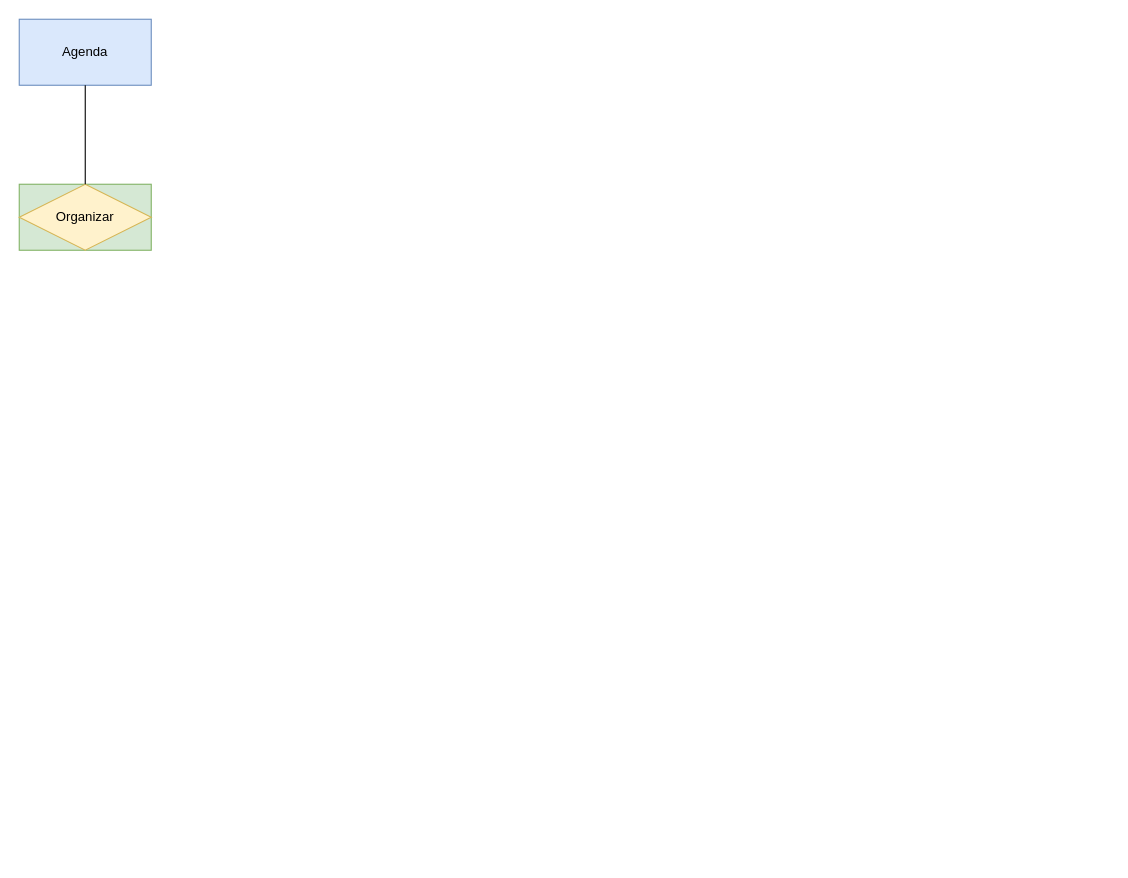
Before: MER Atualizado.drawio in Lucas544kk/Trabalhos, a draw.io diagram. Source tidied: cells renumbered, new cells numbered last; positions are measured from the earlier drawing's top-left corner, leaving out a move shared by most shapes. Both pictures are drawn from the tidied source at 110%, with x=0, y=0 at pixel (19, 19).
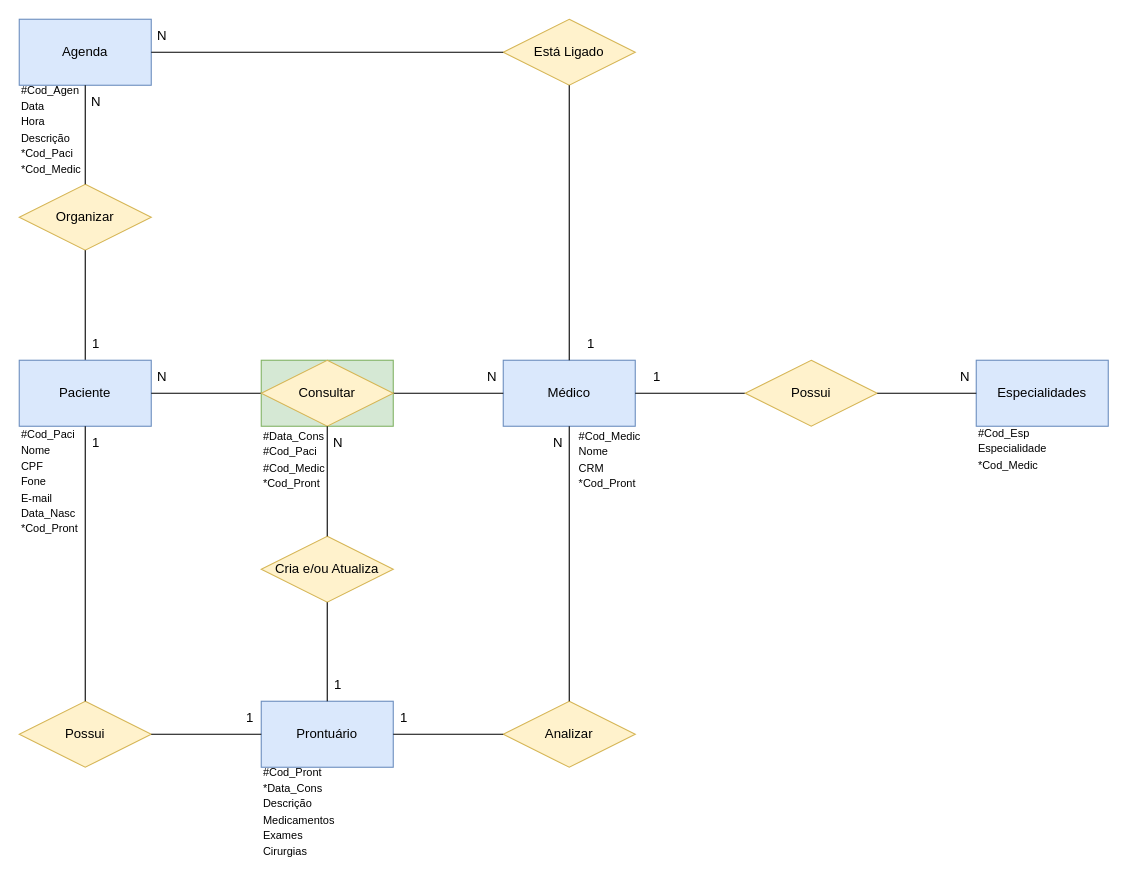
The same diagram, later.

Unchanged cells that the change refers to:
```xml
<mxCell id="3" value="Agenda" style="rounded=0;whiteSpace=wrap;html=1;fillColor=#dae8fc;strokeColor=#6c8ebf;" parent="1" vertex="1">
  <mxGeometry width="120" height="60" as="geometry" />
</mxCell>
<mxCell id="4" value="Organizar" style="rhombus;whiteSpace=wrap;html=1;fillColor=#fff2cc;strokeColor=#d6b656;" parent="1" vertex="1">
  <mxGeometry y="150" width="120" height="60" as="geometry" />
</mxCell>
```

What changed in the source:
```diff
@@
     <mxCell id="2" style="rounded=0;whiteSpace=wrap;html=1;fillColor=#d5e8d4;strokeColor=#82b366;" parent="1" vertex="1">
-      <mxGeometry y="150" width="120" height="60" as="geometry" />
+      <mxGeometry x="220" y="310" width="120" height="60" as="geometry" />
     </mxCell>
@@
+    <mxCell id="6" value="1" style="text;html=1;strokeColor=none;fillColor=none;align=center;verticalAlign=middle;whiteSpace=wrap;rounded=0;" parent="1" vertex="1">
+      <mxGeometry x="40" y="280" width="60" height="30" as="geometry" />
+    </mxCell>
+    <mxCell id="7" value="N" style="text;html=1;strokeColor=none;fillColor=none;align=center;verticalAlign=middle;whiteSpace=wrap;rounded=0;" parent="1" vertex="1">
+      <mxGeometry x="40" y="60" width="60" height="30" as="geometry" />
+    </mxCell>
+    <mxCell id="8" style="endArrow=none;html=1;rounded=0;entryX=0.5;entryY=1;entryDx=0;entryDy=0;exitX=0.5;exitY=0;exitDx=0;exitDy=0;" parent="1" edge="1" source="9" target="4">
+      <mxGeometry relative="1" as="geometry" />
+    </mxCell>
+    <mxCell id="9" value="Paciente" style="rounded=0;whiteSpace=wrap;html=1;fillColor=#dae8fc;strokeColor=#6c8ebf;" parent="1" vertex="1">
+      <mxGeometry y="310" width="120" height="60" as="geometry" />
+    </mxCell>
+    <mxCell id="10" value="Médico" style="rounded=0;whiteSpace=wrap;html=1;fillColor=#dae8fc;strokeColor=#6c8ebf;" parent="1" vertex="1">
+      <mxGeometry x="440" y="310" width="120" height="60" as="geometry" />
+    </mxCell>
+    <mxCell id="11" value="Está Ligado" style="rhombus;whiteSpace=wrap;html=1;fillColor=#fff2cc;strokeColor=#d6b656;" parent="1" vertex="1">
+      <mxGeometry x="440" width="120" height="60" as="geometry" />
+    </mxCell>
+    <mxCell id="12" style="endArrow=none;html=1;rounded=0;entryX=0;entryY=0.5;entryDx=0;entryDy=0;exitX=1;exitY=0.5;exitDx=0;exitDy=0;" parent="1" edge="1" source="3" target="11">
+      <mxGeometry relative="1" as="geometry" />
+    </mxCell>
+    <mxCell id="13" style="endArrow=none;html=1;rounded=0;entryX=0.5;entryY=1;entryDx=0;entryDy=0;exitX=0.5;exitY=0;exitDx=0;exitDy=0;" parent="1" edge="1" source="10" target="11">
+      <mxGeometry relative="1" as="geometry" />
+    </mxCell>
+    <mxCell id="14" style="endArrow=none;html=1;rounded=0;entryX=0;entryY=0.5;entryDx=0;entryDy=0;exitX=1;exitY=0.5;exitDx=0;exitDy=0;" parent="1" edge="1" source="2" target="10">
+      <mxGeometry relative="1" as="geometry" />
+    </mxCell>
+    <mxCell id="15" style="endArrow=none;html=1;rounded=0;entryX=0;entryY=0.5;entryDx=0;entryDy=0;exitX=1;exitY=0.5;exitDx=0;exitDy=0;" parent="1" edge="1" source="9" target="2">
+      <mxGeometry relative="1" as="geometry" />
+    </mxCell>
+    <mxCell id="16" value="Consultar" style="rhombus;whiteSpace=wrap;html=1;fillColor=#fff2cc;strokeColor=#d6b656;" parent="1" vertex="1">
+      <mxGeometry x="220" y="310" width="120" height="60" as="geometry" />
+    </mxCell>
+    <mxCell id="17" value="Cria e/ou Atualiza" style="rhombus;whiteSpace=wrap;html=1;fillColor=#fff2cc;strokeColor=#d6b656;" parent="1" vertex="1">
+      <mxGeometry x="220" y="470" width="120" height="60" as="geometry" />
+    </mxCell>
+    <mxCell id="18" value="Possui" style="rhombus;whiteSpace=wrap;html=1;fillColor=#fff2cc;strokeColor=#d6b656;" parent="1" vertex="1">
+      <mxGeometry y="620" width="120" height="60" as="geometry" />
+    </mxCell>
+    <mxCell id="19" value="Prontuário" style="rounded=0;whiteSpace=wrap;html=1;fillColor=#dae8fc;strokeColor=#6c8ebf;" parent="1" vertex="1">
+      <mxGeometry x="220" y="620" width="120" height="60" as="geometry" />
+    </mxCell>
+    <mxCell id="20" value="Analizar" style="rhombus;whiteSpace=wrap;html=1;fillColor=#fff2cc;strokeColor=#d6b656;" parent="1" vertex="1">
+      <mxGeometry x="440" y="620" width="120" height="60" as="geometry" />
+    </mxCell>
+    <mxCell id="21" style="endArrow=none;html=1;rounded=0;entryX=0.5;entryY=0;entryDx=0;entryDy=0;exitX=0.5;exitY=1;exitDx=0;exitDy=0;" parent="1" edge="1" source="2" target="17">
+      <mxGeometry relative="1" as="geometry" />
+    </mxCell>
+    <mxCell id="22" style="endArrow=none;html=1;rounded=0;entryX=0.5;entryY=0;entryDx=0;entryDy=0;exitX=0.5;exitY=1;exitDx=0;exitDy=0;" parent="1" edge="1" source="17" target="19">
+      <mxGeometry relative="1" as="geometry" />
+    </mxCell>
+    <mxCell id="23" style="endArrow=none;html=1;rounded=0;entryX=0.5;entryY=0;entryDx=0;entryDy=0;exitX=0.5;exitY=1;exitDx=0;exitDy=0;" parent="1" edge="1" source="10" target="20">
+      <mxGeometry relative="1" as="geometry" />
+    </mxCell>
+    <mxCell id="24" style="endArrow=none;html=1;rounded=0;entryX=0.5;entryY=0;entryDx=0;entryDy=0;exitX=0.5;exitY=1;exitDx=0;exitDy=0;" parent="1" edge="1" source="9" target="18">
+      <mxGeometry relative="1" as="geometry" />
+    </mxCell>
+    <mxCell id="25" style="endArrow=none;html=1;rounded=0;entryX=1;entryY=0.5;entryDx=0;entryDy=0;exitX=0;exitY=0.5;exitDx=0;exitDy=0;" parent="1" edge="1" source="19" target="18">
+      <mxGeometry relative="1" as="geometry" />
+    </mxCell>
+    <mxCell id="26" style="endArrow=none;html=1;rounded=0;entryX=1;entryY=0.5;entryDx=0;entryDy=0;exitX=0;exitY=0.5;exitDx=0;exitDy=0;" parent="1" edge="1" source="20" target="19">
+      <mxGeometry relative="1" as="geometry" />
+    </mxCell>
+    <mxCell id="27" value="N" style="text;html=1;strokeColor=none;fillColor=none;align=center;verticalAlign=middle;whiteSpace=wrap;rounded=0;" parent="1" vertex="1">
+      <mxGeometry x="400" y="310" width="60" height="30" as="geometry" />
+    </mxCell>
+    <mxCell id="28" value="N" style="text;html=1;strokeColor=none;fillColor=none;align=center;verticalAlign=middle;whiteSpace=wrap;rounded=0;" parent="1" vertex="1">
+      <mxGeometry x="100" y="310" width="60" height="30" as="geometry" />
+    </mxCell>
+    <mxCell id="29" value="N" style="text;html=1;strokeColor=none;fillColor=none;align=center;verticalAlign=middle;whiteSpace=wrap;rounded=0;" parent="1" vertex="1">
+      <mxGeometry x="100" width="60" height="30" as="geometry" />
+    </mxCell>
+    <mxCell id="30" value="1" style="text;html=1;strokeColor=none;fillColor=none;align=center;verticalAlign=middle;whiteSpace=wrap;rounded=0;" parent="1" vertex="1">
+      <mxGeometry x="490" y="280" width="60" height="30" as="geometry" />
+    </mxCell>
+    <mxCell id="31" value="1" style="text;html=1;strokeColor=none;fillColor=none;align=center;verticalAlign=middle;whiteSpace=wrap;rounded=0;" parent="1" vertex="1">
+      <mxGeometry x="40" y="370" width="60" height="30" as="geometry" />
+    </mxCell>
+    <mxCell id="32" value="1" style="text;html=1;strokeColor=none;fillColor=none;align=center;verticalAlign=middle;whiteSpace=wrap;rounded=0;" parent="1" vertex="1">
+      <mxGeometry x="180" y="620" width="60" height="30" as="geometry" />
+    </mxCell>
+    <mxCell id="33" value="1" style="text;html=1;strokeColor=none;fillColor=none;align=center;verticalAlign=middle;whiteSpace=wrap;rounded=0;" parent="1" vertex="1">
+      <mxGeometry x="260" y="590" width="60" height="30" as="geometry" />
+    </mxCell>
+    <mxCell id="34" value="N" style="text;html=1;strokeColor=none;fillColor=none;align=center;verticalAlign=middle;whiteSpace=wrap;rounded=0;" parent="1" vertex="1">
+      <mxGeometry x="260" y="370" width="60" height="30" as="geometry" />
+    </mxCell>
+    <mxCell id="35" value="1" style="text;html=1;strokeColor=none;fillColor=none;align=center;verticalAlign=middle;whiteSpace=wrap;rounded=0;" parent="1" vertex="1">
+      <mxGeometry x="320" y="620" width="60" height="30" as="geometry" />
+    </mxCell>
+    <mxCell id="36" value="N" style="text;html=1;strokeColor=none;fillColor=none;align=center;verticalAlign=middle;whiteSpace=wrap;rounded=0;" parent="1" vertex="1">
+      <mxGeometry x="460" y="370" width="60" height="30" as="geometry" />
+    </mxCell>
+    <mxCell id="37" value="&lt;font style=&quot;font-size: 10px;&quot;&gt;#Cod_Agen&lt;br&gt;Data&lt;br&gt;Hora&lt;br&gt;Descrição&lt;br&gt;*Cod_Paci&lt;br&gt;*Cod_Medic&lt;/font&gt;" style="text;html=1;strokeColor=none;fillColor=none;align=left;verticalAlign=middle;whiteSpace=wrap;rounded=0;" parent="1" vertex="1">
+      <mxGeometry y="80" width="60" height="40" as="geometry" />
+    </mxCell>
+    <mxCell id="38" value="&lt;font style=&quot;font-size: 10px;&quot;&gt;#Cod_Paci&lt;br&gt;Nome&lt;br&gt;CPF&lt;br&gt;Fone&lt;br&gt;E-mail&lt;br&gt;Data_Nasc&lt;br&gt;*Cod_Pront&lt;br&gt;&lt;/font&gt;" style="text;html=1;strokeColor=none;fillColor=none;align=left;verticalAlign=middle;whiteSpace=wrap;rounded=0;" parent="1" vertex="1">
+      <mxGeometry y="400" width="60" height="40" as="geometry" />
+    </mxCell>
+    <mxCell id="39" value="&lt;font style=&quot;font-size: 10px;&quot;&gt;#Cod_Medic&lt;br&gt;Nome&lt;br&gt;CRM&lt;br&gt;*Cod_Pront&lt;br&gt;&lt;/font&gt;" style="text;html=1;strokeColor=none;fillColor=none;align=left;verticalAlign=middle;whiteSpace=wrap;rounded=0;" parent="1" vertex="1">
+      <mxGeometry x="507" y="380" width="60" height="40" as="geometry" />
+    </mxCell>
+    <mxCell id="40" style="endArrow=none;html=1;rounded=0;entryX=0;entryY=0.5;entryDx=0;entryDy=0;exitX=1;exitY=0.5;exitDx=0;exitDy=0;" parent="1" edge="1" source="10" target="42">
+      <mxGeometry relative="1" as="geometry" />
+    </mxCell>
+    <mxCell id="41" value="Especialidades" style="rounded=0;whiteSpace=wrap;html=1;fillColor=#dae8fc;strokeColor=#6c8ebf;" parent="1" vertex="1">
+      <mxGeometry x="870" y="310" width="120" height="60" as="geometry" />
+    </mxCell>
+    <mxCell id="42" value="Possui" style="rhombus;whiteSpace=wrap;html=1;fillColor=#fff2cc;strokeColor=#d6b656;" parent="1" vertex="1">
+      <mxGeometry x="660" y="310" width="120" height="60" as="geometry" />
+    </mxCell>
+    <mxCell id="43" style="endArrow=none;html=1;rounded=0;entryX=0;entryY=0.5;entryDx=0;entryDy=0;exitX=1;exitY=0.5;exitDx=0;exitDy=0;" parent="1" edge="1" source="42" target="41">
+      <mxGeometry relative="1" as="geometry" />
+    </mxCell>
+    <mxCell id="44" value="1" style="text;html=1;strokeColor=none;fillColor=none;align=center;verticalAlign=middle;whiteSpace=wrap;rounded=0;" parent="1" vertex="1">
+      <mxGeometry x="550" y="310" width="60" height="30" as="geometry" />
+    </mxCell>
+    <mxCell id="45" value="N" style="text;html=1;strokeColor=none;fillColor=none;align=center;verticalAlign=middle;whiteSpace=wrap;rounded=0;" parent="1" vertex="1">
+      <mxGeometry x="830" y="310" width="60" height="30" as="geometry" />
+    </mxCell>
+    <mxCell id="46" value="&lt;font style=&quot;font-size: 10px;&quot;&gt;#Cod_Esp&lt;br&gt;Especialidade&lt;br&gt;*Cod_Medic&lt;br&gt;&lt;/font&gt;" style="text;html=1;strokeColor=none;fillColor=none;align=left;verticalAlign=middle;whiteSpace=wrap;rounded=0;" parent="1" vertex="1">
+      <mxGeometry x="870" y="370" width="60" height="40" as="geometry" />
+    </mxCell>
+    <mxCell id="47" value="&lt;font style=&quot;font-size: 10px;&quot;&gt;#Data_Cons&lt;br&gt;#Cod_Paci&lt;br&gt;#Cod_Medic&lt;br&gt;*Cod_Pront&lt;br&gt;&lt;/font&gt;" style="text;html=1;strokeColor=none;fillColor=none;align=left;verticalAlign=middle;whiteSpace=wrap;rounded=0;" parent="1" vertex="1">
+      <mxGeometry x="220" y="380" width="60" height="40" as="geometry" />
+    </mxCell>
+    <mxCell id="48" value="&lt;font style=&quot;font-size: 10px;&quot;&gt;#Cod_Pront&lt;br&gt;*Data_Cons&lt;br&gt;Descrição&lt;br&gt;Medicamentos&lt;br&gt;Exames&lt;br&gt;Cirurgias&lt;br&gt;&lt;/font&gt;" style="text;html=1;strokeColor=none;fillColor=none;align=left;verticalAlign=middle;whiteSpace=wrap;rounded=0;" parent="1" vertex="1">
+      <mxGeometry x="220" y="700" width="60" height="40" as="geometry" />
+    </mxCell>
```
